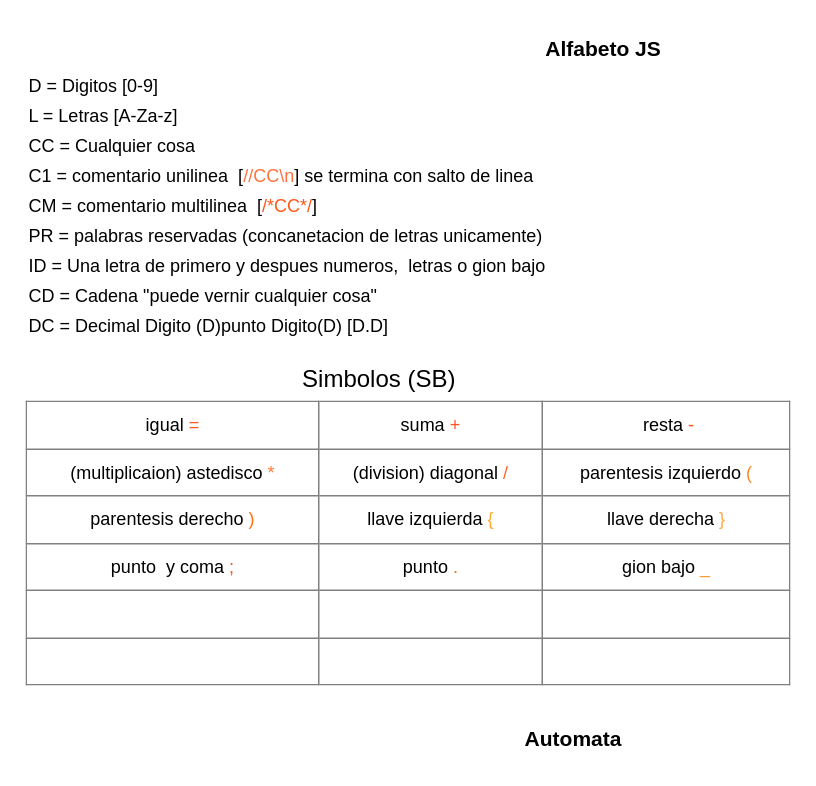
The draw.io diagram arboljs.drawio in pedromf80/OLC1_Proyecto1_201700656, before the edit. Source tidied: cells renumbered, new cells numbered last; positions are measured from the earlier drawing's top-left corner, leaving out a move shared by most shapes. Both pictures are drawn from the tidied source at 150%, with x=0, y=0 at pixel (26, 26).
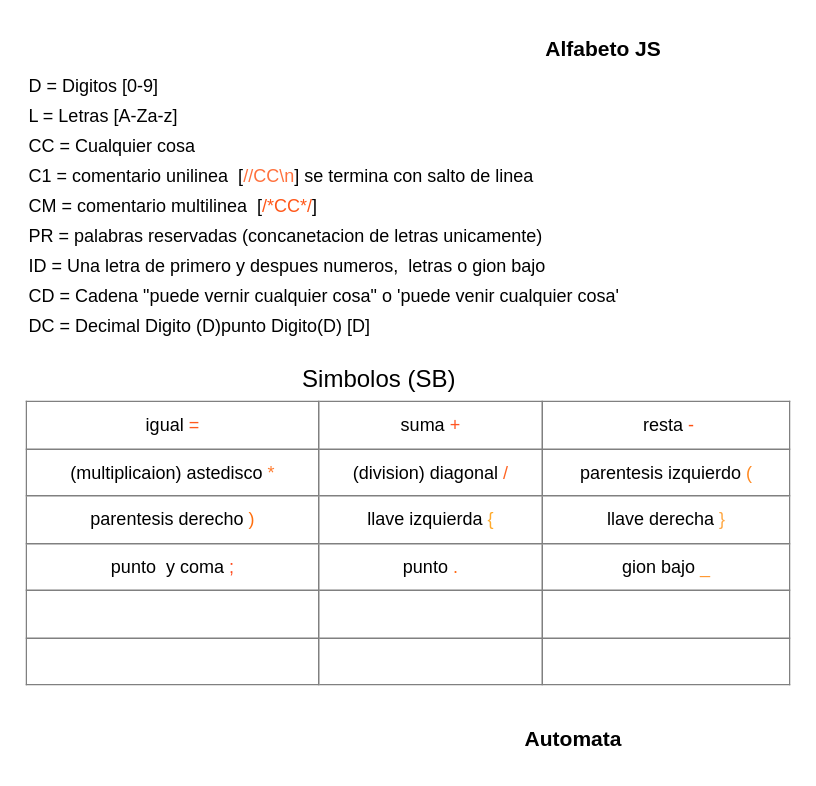
The same diagram, later.

Change to the diagram source:
```diff
@@
 <mxGraphModel>
   <root>
     <mxCell id="0" />
     <mxCell id="1" parent="0" />
     <mxCell id="2" value="&lt;b&gt;&lt;font style=&quot;font-size: 14px&quot;&gt;Alfabeto JS&lt;/font&gt;&lt;/b&gt;" style="text;html=1;strokeColor=none;fillColor=none;align=center;verticalAlign=middle;whiteSpace=wrap;rounded=0;" parent="1" vertex="1">
       <mxGeometry x="330" width="110" height="30" as="geometry" />
     </mxCell>
     <mxCell id="3" value="C1 = comentario unilinea&amp;nbsp; [&lt;font color=&quot;#ff713d&quot;&gt;//CC\n&lt;/font&gt;] se termina con salto de linea" style="text;html=1;strokeColor=none;fillColor=none;align=left;verticalAlign=middle;whiteSpace=wrap;rounded=0;" parent="1" vertex="1">
       <mxGeometry y="90" width="470" height="20" as="geometry" />
     </mxCell>
     <mxCell id="4" value="CM = comentario multilinea&amp;nbsp; [&lt;font color=&quot;#ff5719&quot;&gt;/*CC*/&lt;/font&gt;]&amp;nbsp;" style="text;html=1;strokeColor=none;fillColor=none;align=left;verticalAlign=middle;whiteSpace=wrap;rounded=0;" parent="1" vertex="1">
       <mxGeometry y="110" width="470" height="20" as="geometry" />
     </mxCell>
     <mxCell id="5" value="PR = palabras reservadas (concanetacion de letras unicamente)" style="text;html=1;align=left;verticalAlign=middle;" parent="1" vertex="1">
       <mxGeometry y="130" width="360" height="20" as="geometry" />
     </mxCell>
     <mxCell id="6" value="ID = Una letra de primero y despues numeros,&amp;nbsp; letras o gion bajo" style="text;html=1;align=left;verticalAlign=middle;" parent="1" vertex="1">
       <mxGeometry y="150" width="360" height="20" as="geometry" />
     </mxCell>
     <mxCell id="7" value="&lt;table border=&quot;1&quot; width=&quot;100%&quot; style=&quot;width: 100% ; height: 100% ; border-collapse: collapse&quot;&gt;&lt;tbody&gt;&lt;tr&gt;&lt;td&gt;igual &lt;font color=&quot;#ff5a1f&quot;&gt;=&lt;/font&gt;&lt;br&gt;&lt;/td&gt;&lt;td&gt;suma &lt;font color=&quot;#ff5521&quot;&gt;+&lt;/font&gt;&lt;/td&gt;&lt;td&gt;&amp;nbsp;resta &lt;font color=&quot;#ff5112&quot;&gt;-&lt;/font&gt;&lt;/td&gt;&lt;/tr&gt;&lt;tr&gt;&lt;td&gt;(multiplicaion) astedisco&amp;nbsp;&lt;font color=&quot;#ff7c30&quot;&gt;*&lt;/font&gt;&lt;/td&gt;&lt;td&gt;(division) diagonal&amp;nbsp;&lt;font color=&quot;#ff6524&quot;&gt;/&lt;/font&gt;&lt;/td&gt;&lt;td&gt;parentesis izquierdo&lt;font color=&quot;#ff8921&quot;&gt; (&lt;/font&gt;&lt;/td&gt;&lt;/tr&gt;&lt;tr&gt;&lt;td&gt;parentesis derecho &lt;font color=&quot;#ff6e0d&quot;&gt;)&lt;/font&gt;&lt;/td&gt;&lt;td&gt;llave izquierda &lt;font color=&quot;#ffaa2b&quot;&gt;{&lt;/font&gt;&lt;/td&gt;&lt;td&gt;llave derecha &lt;font color=&quot;#ffa742&quot;&gt;}&lt;/font&gt;&lt;/td&gt;&lt;/tr&gt;&lt;tr&gt;&lt;td&gt;punto&amp;nbsp; y coma &lt;font color=&quot;#ff491c&quot;&gt;;&lt;/font&gt;&lt;/td&gt;&lt;td&gt;punto &lt;font color=&quot;#ff6a14&quot;&gt;.&lt;/font&gt;&lt;/td&gt;&lt;td&gt;gion bajo &lt;font color=&quot;#ff9933&quot;&gt;_&lt;/font&gt;&lt;/td&gt;&lt;/tr&gt;&lt;tr&gt;&lt;td&gt;&lt;br&gt;&lt;/td&gt;&lt;td&gt;&lt;br&gt;&lt;/td&gt;&lt;td&gt;&lt;br&gt;&lt;/td&gt;&lt;/tr&gt;&lt;tr&gt;&lt;td&gt;&lt;br&gt;&lt;/td&gt;&lt;td&gt;&lt;br&gt;&lt;/td&gt;&lt;td&gt;&lt;br&gt;&lt;/td&gt;&lt;/tr&gt;&lt;/tbody&gt;&lt;/table&gt;" style="text;html=1;strokeColor=none;fillColor=none;overflow=fill;align=center;" parent="1" vertex="1">
       <mxGeometry y="250" width="510" height="190" as="geometry" />
     </mxCell>
     <mxCell id="8" value="Simbolos (SB)" style="text;strokeColor=none;fillColor=none;html=1;fontSize=16;fontStyle=0;verticalAlign=middle;align=center;" parent="1" vertex="1">
       <mxGeometry x="160" y="220" width="150" height="30" as="geometry" />
     </mxCell>
-    <mxCell id="9" value="CD = Cadena &quot;puede vernir cualquier cosa&quot;" style="text;html=1;align=left;verticalAlign=middle;" parent="1" vertex="1">
-      <mxGeometry y="170" width="250" height="20" as="geometry" />
+    <mxCell id="9" value="CD = Cadena &quot;puede vernir cualquier cosa&quot; o 'puede venir cualquier cosa'" style="text;html=1;align=left;verticalAlign=middle;" parent="1" vertex="1">
+      <mxGeometry y="170" width="410" height="20" as="geometry" />
     </mxCell>
     <mxCell id="10" value="D = Digitos [0-9]" style="text;html=1;align=left;verticalAlign=middle;" parent="1" vertex="1">
       <mxGeometry y="30" width="100" height="20" as="geometry" />
     </mxCell>
     <mxCell id="11" value="L = Letras [A-Za-z]" style="text;html=1;align=left;verticalAlign=middle;" parent="1" vertex="1">
       <mxGeometry y="50" width="120" height="20" as="geometry" />
     </mxCell>
     <mxCell id="12" value="CC = Cualquier cosa" style="text;html=1;align=left;verticalAlign=middle;" parent="1" vertex="1">
       <mxGeometry y="70" width="130" height="20" as="geometry" />
     </mxCell>
-    <mxCell id="13" value="DC = Decimal Digito (D)punto Digito(D) [D.D] " style="text;html=1;align=left;verticalAlign=middle;" parent="1" vertex="1">
-      <mxGeometry y="190" width="300" height="20" as="geometry" />
+    <mxCell id="13" value="DC = Decimal Digito (D)punto Digito(D) [D] " style="text;html=1;align=left;verticalAlign=middle;" parent="1" vertex="1">
+      <mxGeometry y="190" width="240" height="20" as="geometry" />
     </mxCell>
     <mxCell id="14" value="&lt;b&gt;&lt;font style=&quot;font-size: 14px&quot;&gt;Automata&lt;/font&gt;&lt;/b&gt;" style="text;html=1;strokeColor=none;fillColor=none;align=center;verticalAlign=middle;whiteSpace=wrap;rounded=0;" parent="1" vertex="1">
       <mxGeometry x="310" y="460" width="110" height="30" as="geometry" />
     </mxCell>
   </root>
 </mxGraphModel>
```
